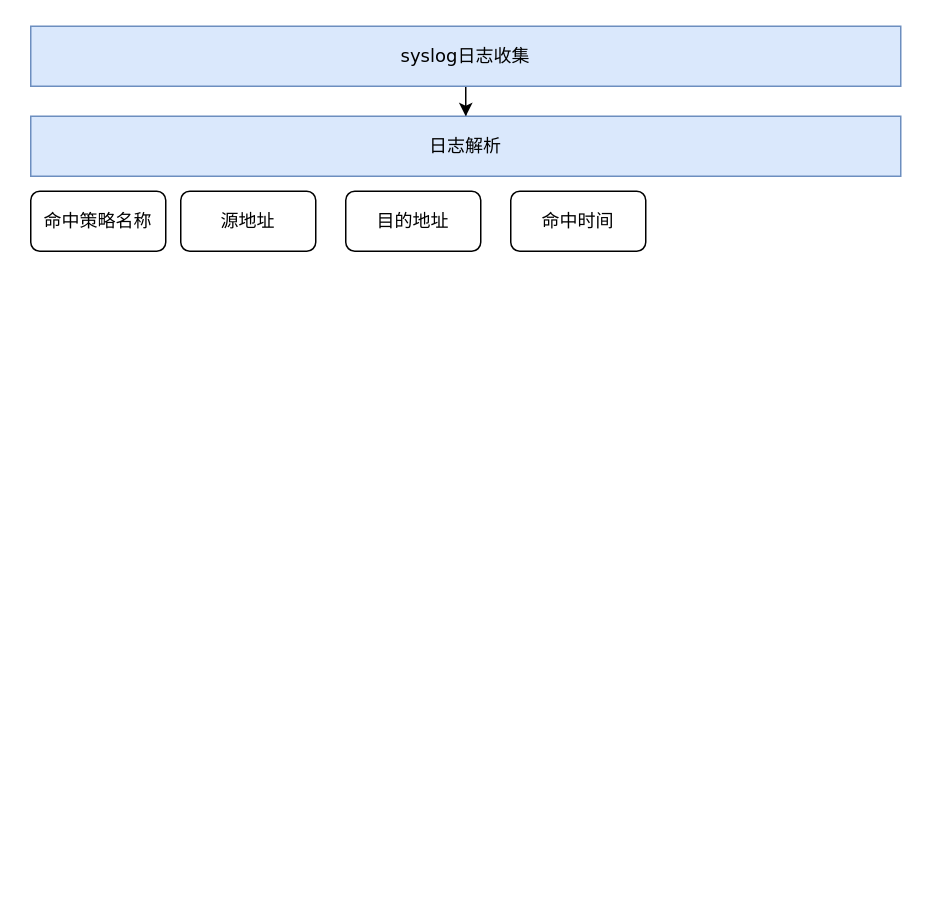
Above: Untitled Diagram.drawio in WangChungYun/drawio (draw.io), before the change. Source tidied: cells renumbered, new cells numbered last; positions are measured from the earlier drawing's top-left corner, leaving out a move shared by most shapes. Both pictures are drawn from the tidied source at 150%, with x=0, y=0 at pixel (30, 26).
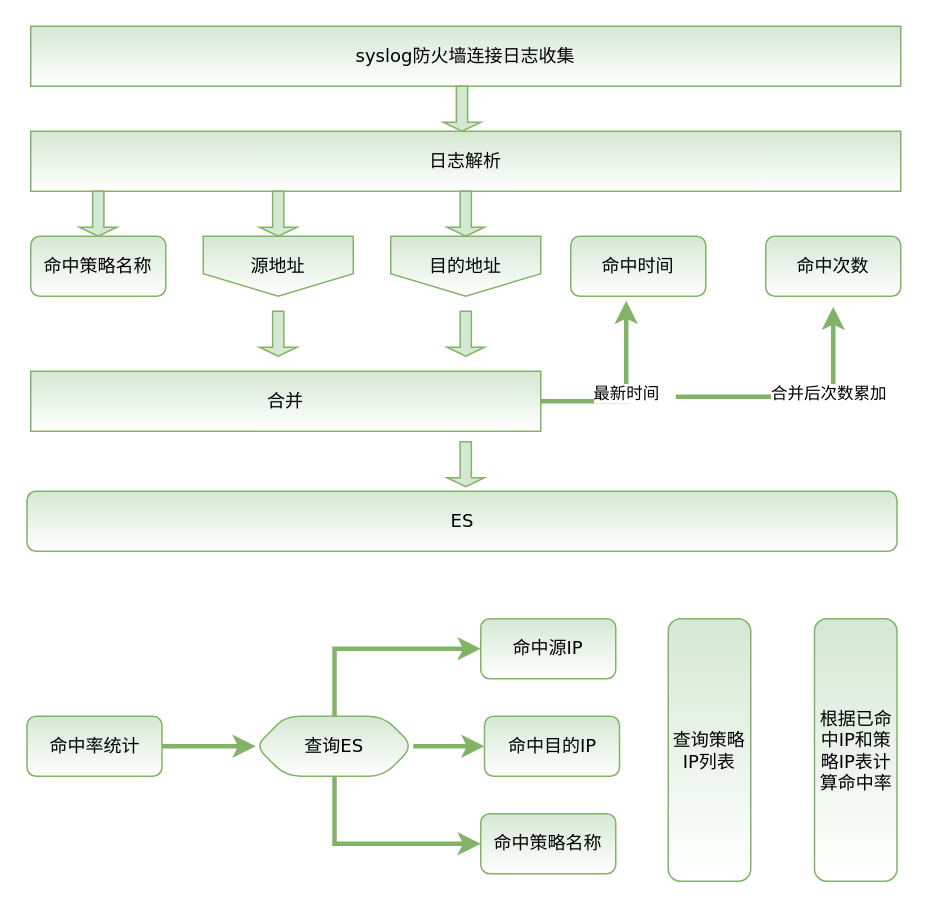
After the change.

Change to the diagram source:
```diff
@@
-    <mxCell id="2" style="edgeStyle=orthogonalEdgeStyle;rounded=0;jettySize=auto;html=1;fontFamily=Verdana;" parent="1" edge="1" source="3" target="4">
-      <mxGeometry relative="1" as="geometry" />
-    </mxCell>
-    <mxCell id="3" value="syslog日志收集&lt;br&gt;" style="rounded=0;whiteSpace=wrap;html=1;labelBackgroundColor=none;fontFamily=Verdana;align=center;fillColor=#dae8fc;strokeColor=#6c8ebf;" parent="1" vertex="1">
+    <mxCell id="3" value="syslog防火墙连接日志收集" style="rounded=0;whiteSpace=wrap;html=1;labelBackgroundColor=none;fontFamily=Verdana;align=center;fillColor=#d5e8d4;strokeColor=#82b366;gradientColor=#ffffff;" parent="1" vertex="1">
       <mxGeometry width="580" height="40" as="geometry" />
     </mxCell>
-    <mxCell id="4" value="日志解析" style="rounded=0;whiteSpace=wrap;html=1;labelBackgroundColor=none;fontFamily=Verdana;align=center;fillColor=#dae8fc;strokeColor=#6c8ebf;" parent="1" vertex="1">
-      <mxGeometry y="60" width="580" height="40" as="geometry" />
+    <mxCell id="4" value="日志解析" style="rounded=0;whiteSpace=wrap;html=1;labelBackgroundColor=none;fontFamily=Verdana;align=center;fillColor=#d5e8d4;strokeColor=#82b366;gradientColor=#ffffff;" parent="1" vertex="1">
+      <mxGeometry y="70" width="580" height="40" as="geometry" />
     </mxCell>
-    <mxCell id="5" value="命中策略名称" style="rounded=1;whiteSpace=wrap;html=1;labelBackgroundColor=none;fontFamily=Verdana;align=center;" parent="1" vertex="1">
-      <mxGeometry y="110" width="90" height="40" as="geometry" />
+    <mxCell id="5" value="命中策略名称" style="rounded=1;whiteSpace=wrap;html=1;labelBackgroundColor=none;fontFamily=Verdana;align=center;fillColor=#d5e8d4;strokeColor=#82b366;gradientColor=#ffffff;" parent="1" vertex="1">
+      <mxGeometry y="140" width="90" height="40" as="geometry" />
     </mxCell>
+    <mxCell id="8" value="命中时间" style="rounded=1;whiteSpace=wrap;html=1;labelBackgroundColor=none;fontFamily=Verdana;align=center;fillColor=#d5e8d4;strokeColor=#82b366;gradientColor=#ffffff;" parent="1" vertex="1">
+      <mxGeometry x="360" y="140" width="90" height="40" as="geometry" />
+    </mxCell>
+    <mxCell id="9" value="命中次数" style="rounded=1;whiteSpace=wrap;html=1;labelBackgroundColor=none;fontFamily=Verdana;align=center;fillColor=#d5e8d4;strokeColor=#82b366;gradientColor=#ffffff;" parent="1" vertex="1">
+      <mxGeometry x="490" y="140" width="90" height="40" as="geometry" />
+    </mxCell>
+    <mxCell id="10" value="最新时间" style="edgeStyle=orthogonalEdgeStyle;rounded=0;jettySize=auto;html=1;fontFamily=Verdana;entryX=0.411;entryY=1.075;entryDx=0;entryDy=0;entryPerimeter=0;fillColor=#d5e8d4;strokeColor=#82b366;strokeWidth=3;" parent="1" edge="1" source="13" target="8">
+      <mxGeometry relative="1" as="geometry" />
+    </mxCell>
+    <mxCell id="11" style="edgeStyle=orthogonalEdgeStyle;rounded=0;orthogonalLoop=1;jettySize=auto;html=1;entryX=0.5;entryY=1;entryDx=0;entryDy=0;fontFamily=Verdana;fillColor=#d5e8d4;strokeColor=#82b366;jumpSize=6;strokeWidth=3;" parent="1" edge="1">
+      <mxGeometry relative="1" as="geometry">
+        <mxPoint x="430" y="247" as="sourcePoint" />
+        <mxPoint x="535" y="187" as="targetPoint" />
+        <Array as="points">
+          <mxPoint x="535" y="247" />
+        </Array>
+      </mxGeometry>
+    </mxCell>
+    <mxCell id="12" value="合并后次数累加" style="edgeLabel;html=1;align=center;verticalAlign=middle;fontFamily=Verdana;" parent="11" vertex="1">
+      <mxGeometry x="0.23" y="3" relative="1" as="geometry" />
+    </mxCell>
+    <mxCell id="13" value="合并" style="rounded=0;whiteSpace=wrap;html=1;labelBackgroundColor=none;fontFamily=Verdana;align=center;fillColor=#d5e8d4;strokeColor=#82b366;gradientColor=#ffffff;" parent="1" vertex="1">
+      <mxGeometry y="230" width="340" height="40" as="geometry" />
+    </mxCell>
+    <mxCell id="14" style="shape=singleArrow;direction=south;whiteSpace=wrap;html=1;labelBackgroundColor=none;fontFamily=Verdana;align=center;fillColor=#d5e8d4;strokeColor=#82b366;" parent="1" vertex="1">
+      <mxGeometry x="32.5" y="110" width="25" height="30" as="geometry" />
+    </mxCell>
+    <mxCell id="15" style="shape=singleArrow;direction=south;whiteSpace=wrap;html=1;labelBackgroundColor=none;fontFamily=Verdana;align=center;fillColor=#d5e8d4;strokeColor=#82b366;" parent="1" vertex="1">
+      <mxGeometry x="152.5" y="110" width="25" height="30" as="geometry" />
+    </mxCell>
+    <mxCell id="16" style="shape=singleArrow;direction=south;whiteSpace=wrap;html=1;labelBackgroundColor=none;fontFamily=Verdana;align=center;fillColor=#d5e8d4;strokeColor=#82b366;" parent="1" vertex="1">
+      <mxGeometry x="277.5" y="110" width="25" height="30" as="geometry" />
+    </mxCell>
+    <mxCell id="17" style="shape=singleArrow;direction=south;whiteSpace=wrap;html=1;labelBackgroundColor=none;fontFamily=Verdana;align=center;fillColor=#d5e8d4;strokeColor=#82b366;" parent="1" vertex="1">
+      <mxGeometry x="275" y="40" width="25" height="30" as="geometry" />
+    </mxCell>
-    <mxCell id="6" value="源地址" style="rounded=1;whiteSpace=wrap;html=1;labelBackgroundColor=none;fontFamily=Verdana;align=center;" parent="1" vertex="1">
-      <mxGeometry x="100" y="110" width="90" height="40" as="geometry" />
+    <mxCell id="6" value="源地址" style="shape=offPageConnector;whiteSpace=wrap;html=1;labelBackgroundColor=none;fontFamily=Verdana;align=center;fillColor=#d5e8d4;strokeColor=#82b366;gradientColor=#ffffff;" parent="1" vertex="1">
+      <mxGeometry x="115" y="140" width="100" height="40" as="geometry" />
     </mxCell>
-    <mxCell id="7" value="目的地址" style="rounded=1;whiteSpace=wrap;html=1;labelBackgroundColor=none;fontFamily=Verdana;align=center;" parent="1" vertex="1">
-      <mxGeometry x="210" y="110" width="90" height="40" as="geometry" />
+    <mxCell id="7" value="目的地址" style="shape=offPageConnector;whiteSpace=wrap;html=1;labelBackgroundColor=none;fontFamily=Verdana;align=center;fillColor=#d5e8d4;strokeColor=#82b366;gradientColor=#ffffff;" parent="1" vertex="1">
+      <mxGeometry x="240" y="140" width="100" height="40" as="geometry" />
     </mxCell>
-    <mxCell id="8" value="命中时间" style="rounded=1;whiteSpace=wrap;html=1;labelBackgroundColor=none;fontFamily=Verdana;align=center;" parent="1" vertex="1">
-      <mxGeometry x="320" y="110" width="90" height="40" as="geometry" />
-    </mxCell>
+    <mxCell id="18" style="shape=singleArrow;direction=south;whiteSpace=wrap;html=1;labelBackgroundColor=none;fontFamily=Verdana;align=center;fillColor=#d5e8d4;strokeColor=#82b366;" parent="1" vertex="1">
+      <mxGeometry x="152.5" y="190" width="25" height="30" as="geometry" />
+    </mxCell>
+    <mxCell id="19" style="shape=singleArrow;direction=south;whiteSpace=wrap;html=1;labelBackgroundColor=none;fontFamily=Verdana;align=center;fillColor=#d5e8d4;strokeColor=#82b366;" parent="1" vertex="1">
+      <mxGeometry x="277.5" y="190" width="25" height="30" as="geometry" />
+    </mxCell>
+    <mxCell id="20" style="edgeStyle=orthogonalEdgeStyle;rounded=0;jumpSize=6;jettySize=auto;html=1;strokeColor=#82b366;strokeWidth=3;fontFamily=Verdana;fillColor=#d5e8d4;" parent="1" edge="1" source="21" target="27">
+      <mxGeometry relative="1" as="geometry" />
+    </mxCell>
+    <mxCell id="21" value="命中率统计" style="rounded=1;whiteSpace=wrap;html=1;labelBackgroundColor=none;fontFamily=Verdana;align=center;fillColor=#d5e8d4;strokeColor=#82b366;gradientColor=#ffffff;" parent="1" vertex="1">
+      <mxGeometry x="-2.5" y="460" width="90" height="40" as="geometry" />
+    </mxCell>
+    <mxCell id="22" value="ES" style="rounded=1;whiteSpace=wrap;html=1;labelBackgroundColor=none;fontFamily=Verdana;align=center;fillColor=#d5e8d4;strokeColor=#82b366;gradientColor=#ffffff;" parent="1" vertex="1">
+      <mxGeometry x="-2.5" y="310" width="580" height="40" as="geometry" />
+    </mxCell>
+    <mxCell id="23" style="shape=singleArrow;direction=south;whiteSpace=wrap;html=1;labelBackgroundColor=none;fontFamily=Verdana;align=center;fillColor=#d5e8d4;strokeColor=#82b366;" parent="1" vertex="1">
+      <mxGeometry x="277.5" y="277" width="25" height="30" as="geometry" />
+    </mxCell>
+    <mxCell id="24" style="edgeStyle=orthogonalEdgeStyle;rounded=0;jumpSize=6;jettySize=auto;html=1;strokeColor=#82b366;strokeWidth=3;fontFamily=Verdana;fillColor=#d5e8d4;" parent="1" edge="1" source="27" target="29">
+      <mxGeometry relative="1" as="geometry" />
+    </mxCell>
+    <mxCell id="25" style="edgeStyle=orthogonalEdgeStyle;rounded=0;jumpSize=6;jettySize=auto;html=1;exitX=0.5;exitY=0;exitDx=0;exitDy=0;strokeColor=#82b366;strokeWidth=3;fontFamily=Verdana;fillColor=#d5e8d4;" parent="1" edge="1" source="27" target="28">
+      <mxGeometry relative="1" as="geometry">
+        <Array as="points">
+          <mxPoint x="203" y="415" />
+        </Array>
+      </mxGeometry>
+    </mxCell>
+    <mxCell id="26" style="edgeStyle=orthogonalEdgeStyle;rounded=0;jumpSize=6;jettySize=auto;html=1;strokeColor=#82b366;strokeWidth=3;fontFamily=Verdana;entryX=0;entryY=0.5;entryDx=0;entryDy=0;fillColor=#d5e8d4;" parent="1" edge="1" source="27" target="30">
+      <mxGeometry relative="1" as="geometry">
+        <Array as="points">
+          <mxPoint x="203" y="545" />
+        </Array>
+      </mxGeometry>
+    </mxCell>
+    <mxCell id="27" value="查询ES" style="shape=hexagon;perimeter=hexagonPerimeter2;whiteSpace=wrap;html=1;fixedSize=1;rounded=1;fontFamily=Verdana;strokeColor=#82b366;fillColor=#d5e8d4;gradientColor=#ffffff;" parent="1" vertex="1">
+      <mxGeometry x="150" y="460" width="105" height="40" as="geometry" />
+    </mxCell>
+    <mxCell id="28" value="命中源IP" style="rounded=1;whiteSpace=wrap;html=1;labelBackgroundColor=none;fontFamily=Verdana;align=center;fillColor=#d5e8d4;strokeColor=#82b366;gradientColor=#ffffff;" parent="1" vertex="1">
+      <mxGeometry x="300" y="395" width="90" height="40" as="geometry" />
+    </mxCell>
+    <mxCell id="29" value="命中目的IP" style="rounded=1;whiteSpace=wrap;html=1;labelBackgroundColor=none;fontFamily=Verdana;align=center;fillColor=#d5e8d4;strokeColor=#82b366;gradientColor=#ffffff;" parent="1" vertex="1">
+      <mxGeometry x="302.5" y="460" width="90" height="40" as="geometry" />
+    </mxCell>
+    <mxCell id="30" value="命中策略名称" style="rounded=1;whiteSpace=wrap;html=1;labelBackgroundColor=none;fontFamily=Verdana;align=center;fillColor=#d5e8d4;strokeColor=#82b366;gradientColor=#ffffff;" parent="1" vertex="1">
+      <mxGeometry x="300" y="525" width="90" height="40" as="geometry" />
+    </mxCell>
+    <mxCell id="31" value="查询策略IP列表" style="rounded=1;whiteSpace=wrap;html=1;labelBackgroundColor=none;fontFamily=Verdana;align=center;fillColor=#d5e8d4;strokeColor=#82b366;gradientColor=#ffffff;" parent="1" vertex="1">
+      <mxGeometry x="425" y="395" width="55" height="175" as="geometry" />
+    </mxCell>
+    <mxCell id="32" value="根据已命中IP和策略IP表计算命中率" style="rounded=1;whiteSpace=wrap;html=1;labelBackgroundColor=none;fontFamily=Verdana;align=center;fillColor=#d5e8d4;strokeColor=#82b366;gradientColor=#ffffff;" parent="1" vertex="1">
+      <mxGeometry x="522.5" y="395" width="55" height="175" as="geometry" />
+    </mxCell>
```
